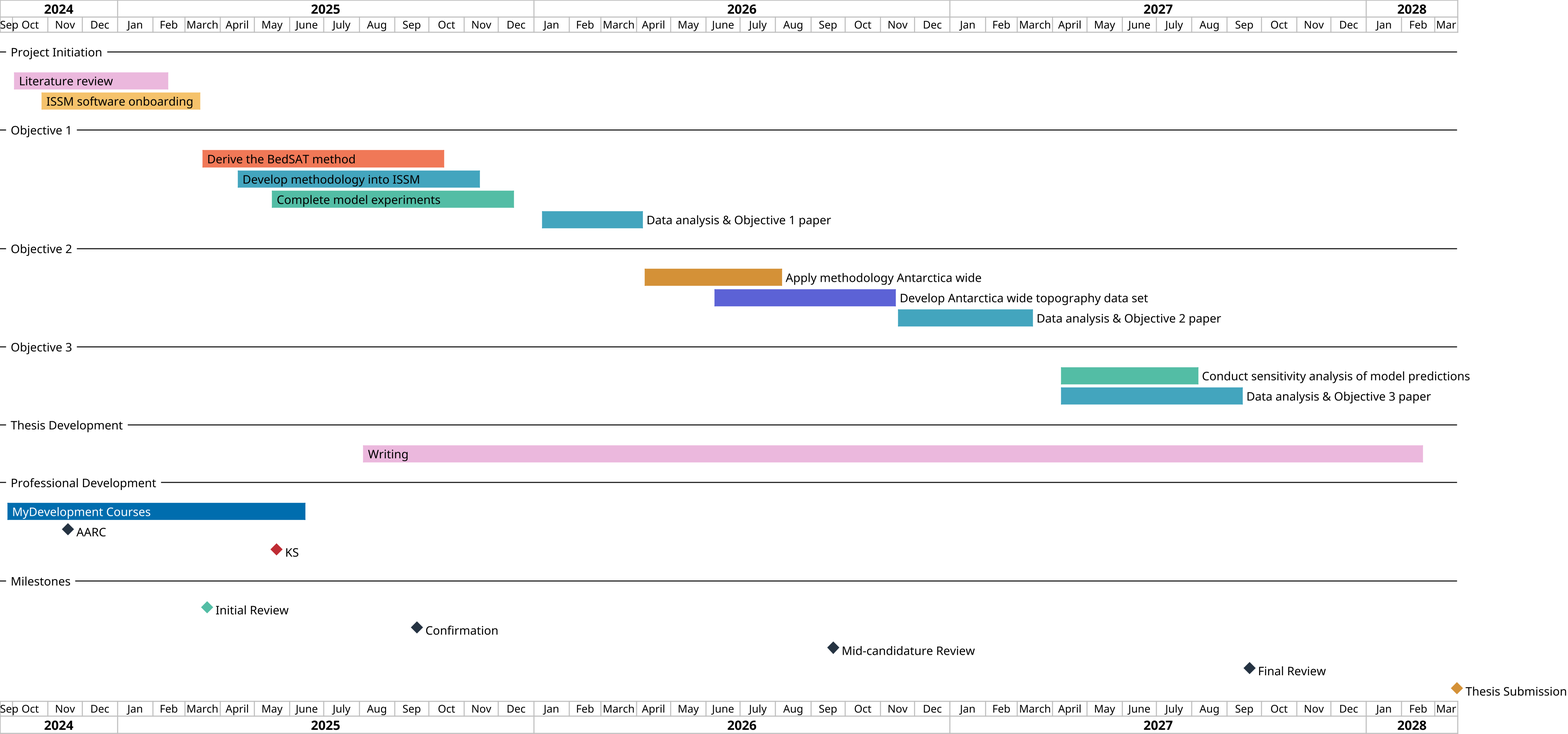
Before: write/timeline.png, a diagram exported from PlantUML (anabanami/BEDSAT). The source it was exported from:
```plantuml
@startgantt
skinparam dpi 250
project starts 2024-09-20
printscale monthly

-- Project Initiation --
[Literature review] as [LR] starts 2024-10-01 and ends 2025-02-15
[LR] is colored in #ebb8dd
[ISSM software onboarding] as [ISO] starts 2024-10-25 and ends 2025-03-15
[ISO] is colored in #f5c26b

-- Objective 1 --
[Derive the BedSAT method] as [DBM] starts 2025-03-15 and ends 2025-10-15
[DBM] is colored in #f07857
[Develop methodology into ISSM] as [DAM] starts 2025-04-15 and ends 2025-11-15
[DAM] is colored in #43a5be
[Complete model experiments] as [CME] starts 2025-05-15 and ends 2025-12-15
[CME] is colored in #53bda5
[Data analysis & Objective 1 paper] as [DAO1] starts 2026-01-07 and ends 2026-04-07
[DAO1] is colored in #43a5be

-- Objective 2 --
[Apply methodology Antarctica wide] as [DAMAW] starts 2026-04-07 and ends 2026-08-07
[DAMAW] is colored in #d49137
[Develop Antarctica wide topography data set] as [AWTDS] starts 2026-06-07 and ends 2026-11-15
[AWTDS] is colored in #5c62d6
[Data analysis & Objective 2 paper] as [DAO2] starts 2026-11-15 and ends 2027-03-15
[DAO2] is colored in #43a5be

-- Objective 3 --
[Conduct sensitivity analysis of model predictions] as [SAMP2300] starts 2027-04-07 and ends 2027-08-07
[SAMP2300] is colored in #53bda5
[Data analysis & Objective 3 paper] as [DAO3] starts 2027-04-07 and ends 2027-09-15
[DAO3] is colored in #43a5be
-- Thesis Development --
[Writing] starts 2025-08-03 and ends 2028-02-20
[Writing] is colored in #ebb8dd
-- Professional Development --
[<font color="white">MyDevelopment Courses</font>] as [MDC] starts 2024-09-25 and ends 2025-06-15
[MDC] is colored in #006DAE
[AARC] happens 2024-11-18 and is colored in #253342
[KS] happens 2025-05-20 and is colored in #bf2c34

-- Milestones --
[Initial Review] as [IR] happens 2025-03-20
[IR] is colored in #53bda5
[Confirmation] as [C] happens 2025-09-20
[C] is colored in #253342
[Mid-candidature Review] as [MCR] happens 2026-09-20
[MCR] is colored in #253342
[Final Review] as [FR] happens 2027-09-20
[FR] is colored in #253342
[Thesis Submission] as [TS] happens 2028-03-20
[TS] is colored in #d49137
@endgantt
```
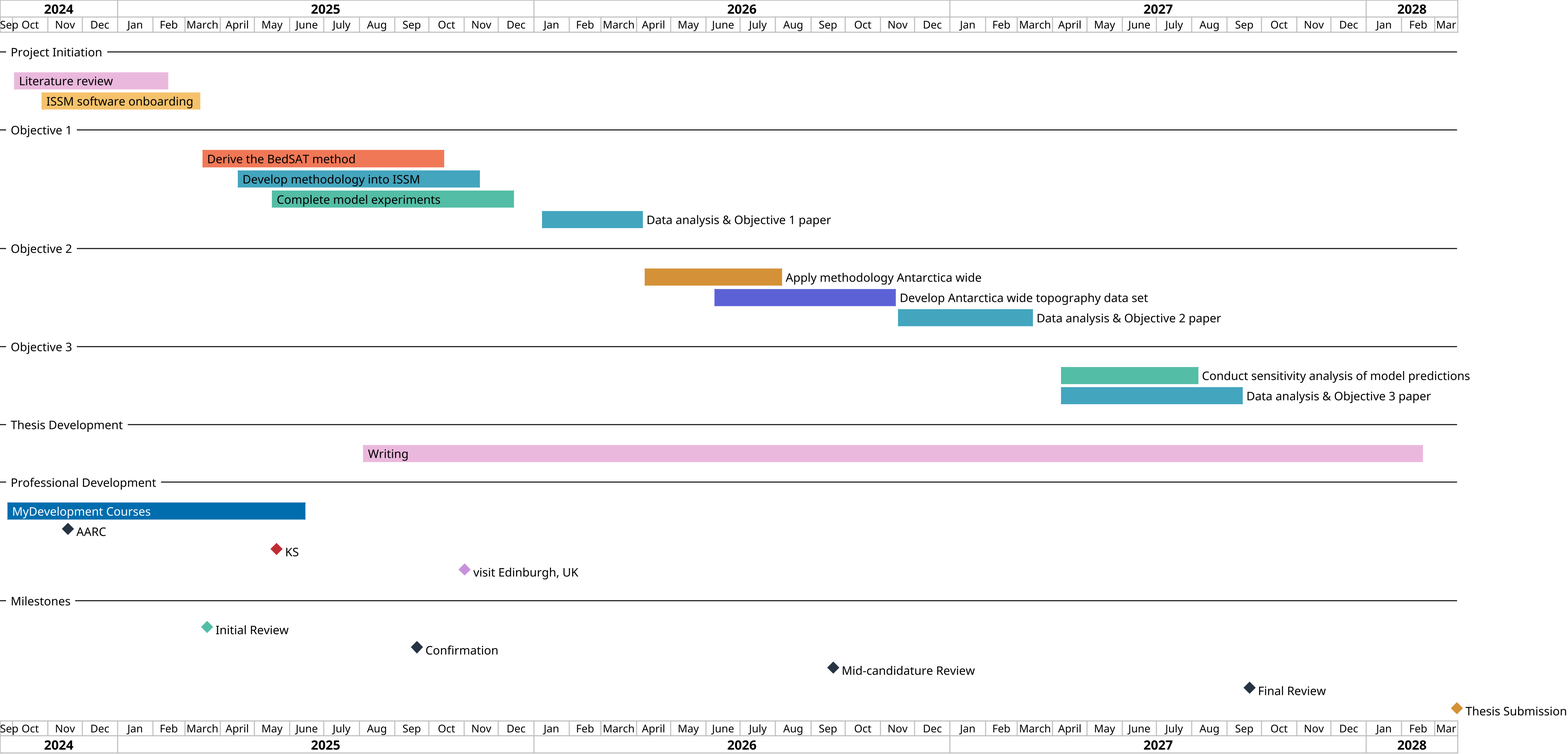
After the change.

Commit message:
added to glossary, added to timeline, reordered mybib

The edit, as a diff of the source:
```diff
@@ -40,6 +40,7 @@
 [MDC] is colored in #006DAE
 [AARC] happens 2024-11-18 and is colored in #253342
 [KS] happens 2025-05-20 and is colored in #bf2c34
+[visit Edinburgh, UK] happens 2025-11-01 and is colored in #C891DC
 
 -- Milestones --
 [Initial Review] as [IR] happens 2025-03-20
```
